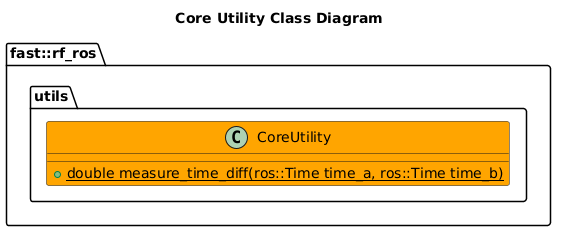
fastrobotics/robot_framework_ros keeps this PlantUML diagram as include/robot_framework_ros/utils/doc/puml/CoreUtilityClassDiagram.png. Above is the earlier version. Its diagram source:
```plantuml
@startuml
title Core Utility Class Diagram
namespace fast::rf_ros {
    namespace utils {
        class CoreUtility #Orange {
            +{static} double measure_time_diff(ros::Time time_a, ros::Time time_b)
        }
    }
}

@enduml
```
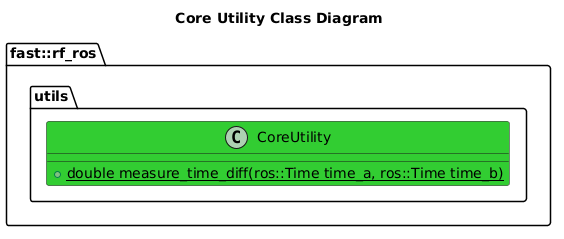
Above is the later version.

Diff of the diagram source:
```diff
@@ -2,7 +2,7 @@
 title Core Utility Class Diagram
 namespace fast::rf_ros {
     namespace utils {
-        class CoreUtility #Orange {
+        class CoreUtility #LimeGreen {
             +{static} double measure_time_diff(ros::Time time_a, ros::Time time_b)
         }
     }
```
